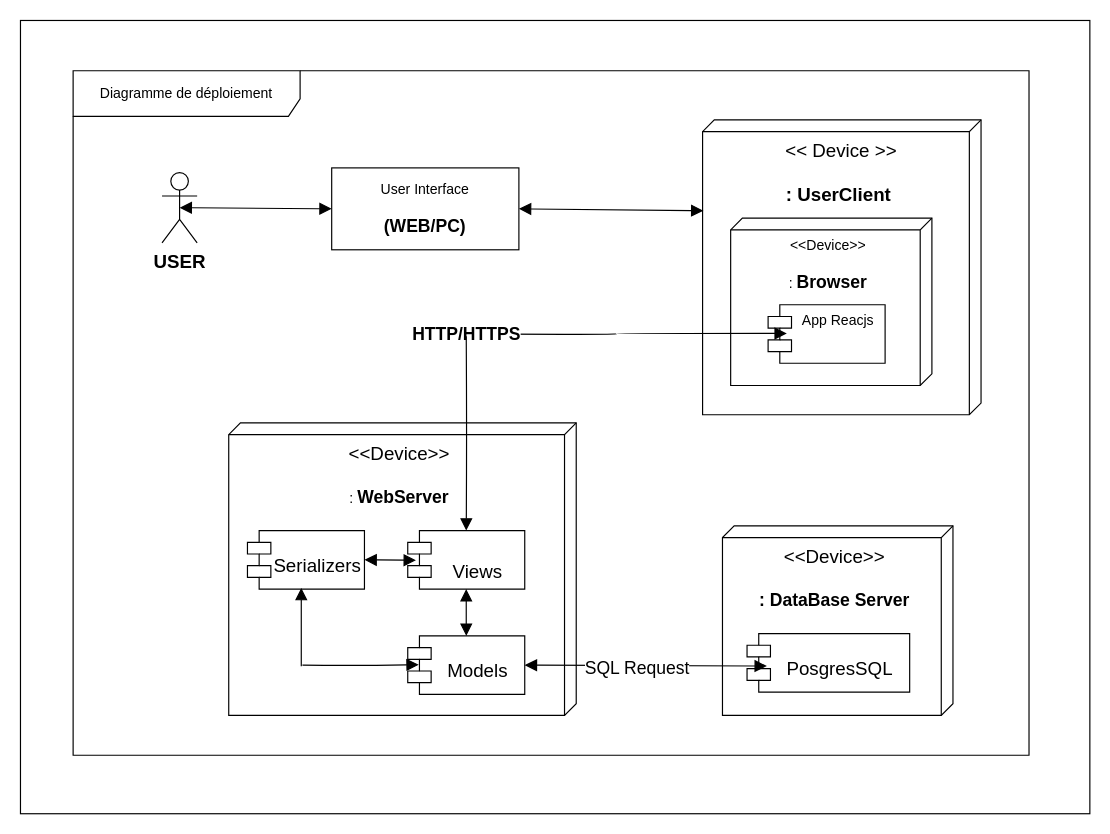
Before: deploiement+.drawio in CabrelFeukeng/pp, a draw.io diagram. Source tidied: cells renumbered, new cells numbered last; positions are measured from the earlier drawing's top-left corner, leaving out a move shared by most shapes. Both pictures are drawn from the tidied source at 117%, with x=0, y=0 at pixel (20, 20).
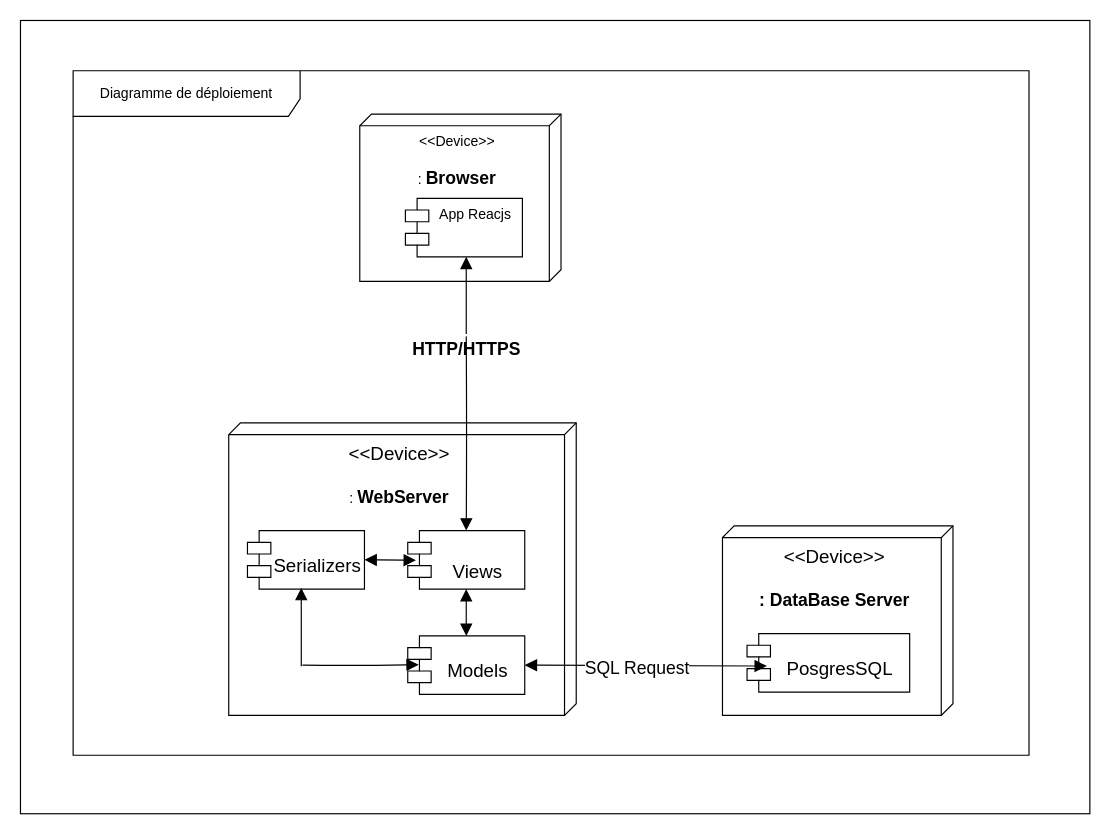
The same diagram, later.

Commit message:
Mettre à jour deploiement+.drawio

Diff of the diagram source:
```diff
@@
-    <mxCell id="5" value="&lt;font style=&quot;font-size: 16px;&quot;&gt;&amp;nbsp;&amp;lt;&amp;lt; Device &amp;gt;&amp;gt;&lt;/font&gt;&lt;div style=&quot;font-size: 16px;&quot;&gt;&lt;br&gt;&lt;/div&gt;&lt;div&gt;&lt;b&gt;&lt;font style=&quot;font-size: 16px;&quot;&gt;: UserClient&lt;/font&gt;&lt;/b&gt;&lt;/div&gt;" style="verticalAlign=top;align=center;shape=cube;size=10;direction=south;fontStyle=0;html=1;boundedLbl=1;spacingLeft=5;whiteSpace=wrap;" parent="1" vertex="1">
-      <mxGeometry x="583" y="85" width="238" height="252" as="geometry" />
-    </mxCell>
-    <mxCell id="6" value="&lt;b&gt;&lt;font style=&quot;font-size: 16px;&quot;&gt;USER&lt;/font&gt;&lt;/b&gt;" style="shape=umlActor;verticalLabelPosition=bottom;verticalAlign=top;html=1;" parent="1" vertex="1">
-      <mxGeometry x="121" y="130" width="30" height="60" as="geometry" />
-    </mxCell>
-    <mxCell id="7" value="User Interface&lt;div&gt;&lt;br&gt;&lt;/div&gt;&lt;div&gt;&lt;b&gt;&lt;font style=&quot;font-size: 15px;&quot;&gt;(WEB/PC)&lt;/font&gt;&lt;/b&gt;&lt;/div&gt;" style="html=1;align=center;verticalAlign=middle;dashed=0;whiteSpace=wrap;" parent="1" vertex="1">
-      <mxGeometry x="266" y="126" width="160" height="70" as="geometry" />
-    </mxCell>
     <mxCell id="8" value="&amp;lt;&amp;lt;Device&amp;gt;&amp;gt;&lt;div&gt;&lt;br&gt;&lt;/div&gt;&lt;div&gt;: &lt;b&gt;&lt;font style=&quot;font-size: 15px;&quot;&gt;Browser&lt;/font&gt;&lt;/b&gt;&lt;/div&gt;" style="verticalAlign=top;align=center;shape=cube;size=10;direction=south;fontStyle=0;html=1;boundedLbl=1;spacingLeft=5;whiteSpace=wrap;" parent="1" vertex="1">
-      <mxGeometry x="607" y="169" width="172" height="143" as="geometry" />
+      <mxGeometry x="290" y="80" width="172" height="143" as="geometry" />
     </mxCell>
     <mxCell id="9" value="App Reacjs" style="shape=module;align=left;spacingLeft=20;align=center;verticalAlign=top;whiteSpace=wrap;html=1;" parent="1" vertex="1">
-      <mxGeometry x="639" y="243" width="100" height="50" as="geometry" />
+      <mxGeometry x="329" y="152" width="100" height="50" as="geometry" />
     </mxCell>
@@
-    <mxCell id="20" style="endArrow=block;endFill=1;html=1;edgeStyle=orthogonalEdgeStyle;align=left;verticalAlign=top;rounded=0;fontSize=12;startSize=8;endSize=8;curved=1;entryX=0.16;entryY=0.49;entryDx=0;entryDy=0;entryPerimeter=0;" parent="1" edge="1" target="9">
+    <mxCell id="20" style="endArrow=block;endFill=1;html=1;edgeStyle=orthogonalEdgeStyle;align=left;verticalAlign=top;rounded=0;fontSize=12;startSize=8;endSize=8;curved=1;entryX=0.5;entryY=1;entryDx=0;entryDy=0;" parent="1" edge="1">
       <mxGeometry x="-1" relative="1" as="geometry">
-        <mxPoint x="379" y="268" as="sourcePoint" />
+        <mxPoint x="381" y="268" as="sourcePoint" />
+        <mxPoint x="381" y="202" as="targetPoint" />
       </mxGeometry>
     </mxCell>
     <mxCell id="21" value="&lt;b&gt;&lt;font style=&quot;font-size: 15px;&quot;&gt;HTTP/HTTPS&lt;/font&gt;&lt;/b&gt;" style="edgeLabel;html=1;align=center;verticalAlign=middle;fontSize=12;" parent="20" vertex="1">
-      <mxGeometry x="-0.99" y="1" relative="1" as="geometry" />
+      <mxGeometry x="-0.99" y="1" relative="1" as="geometry">
+        <mxPoint y="11" as="offset" />
+      </mxGeometry>
     </mxCell>
@@
-    <mxCell id="23" style="endArrow=block;startArrow=block;endFill=1;startFill=1;html=1;rounded=0;fontSize=12;startSize=8;endSize=8;curved=1;exitX=1;exitY=0.5;exitDx=0;exitDy=0;entryX=0.308;entryY=0.997;entryDx=0;entryDy=0;entryPerimeter=0;" parent="1" edge="1" source="7" target="5">
-      <mxGeometry relative="1" as="geometry" />
-    </mxCell>
-    <mxCell id="24" style="endArrow=block;startArrow=block;endFill=1;startFill=1;html=1;rounded=0;fontSize=12;startSize=8;endSize=8;curved=1;exitX=0.5;exitY=0.5;exitDx=0;exitDy=0;exitPerimeter=0;entryX=0;entryY=0.5;entryDx=0;entryDy=0;" parent="1" edge="1" source="6" target="7">
-      <mxGeometry relative="1" as="geometry" />
-    </mxCell>
```
